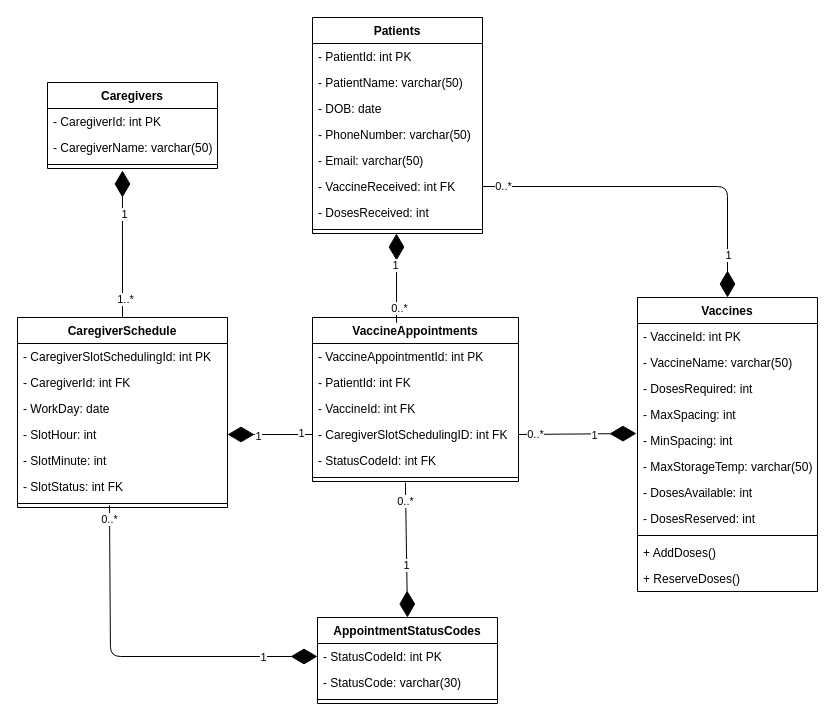
nriggio/CSED514-hw5-part1-init keeps this draw.io diagram as hw5_week1_uml.drawio. Above is the earlier version. Source tidied: cells renumbered, new cells numbered last; positions are measured from the earlier drawing's top-left corner, leaving out a move shared by most shapes. Both pictures are drawn from the tidied source at 100%, with x=0, y=0 at pixel (17, 17).
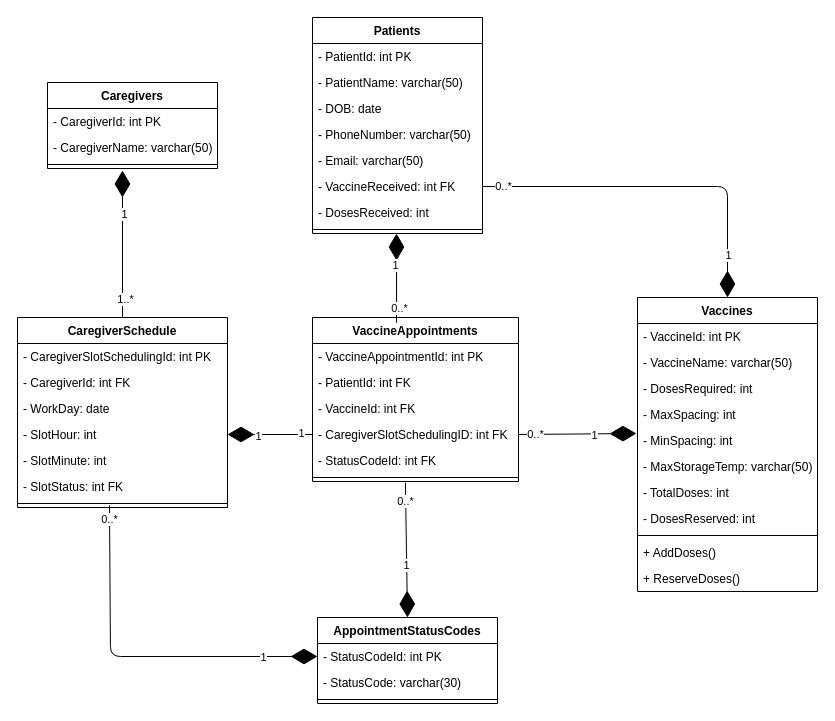
Above is the later version.

Commit message (it also covers changes not shown here):
change colname to TotalDoses

Unchanged cells that the change refers to:
```xml
<mxCell id="34" value="Vaccines" style="swimlane;fontStyle=1;align=center;verticalAlign=top;horizontal=1;startSize=26;" parent="1" vertex="1">
  <mxGeometry x="620" y="280" width="180" height="294" as="geometry" />
</mxCell>
```

Diff of the diagram source:
```diff
@@
-    <mxCell id="41" value="- DosesAvailable: int" style="text;align=left;verticalAlign=top;spacingLeft=4;spacingRight=4;overflow=hidden;" parent="34" vertex="1">
+    <mxCell id="41" value="- TotalDoses: int" style="text;align=left;verticalAlign=top;spacingLeft=4;spacingRight=4;overflow=hidden;" parent="34" vertex="1">
       <mxGeometry y="182" width="180" height="26" as="geometry" />
     </mxCell>
```
